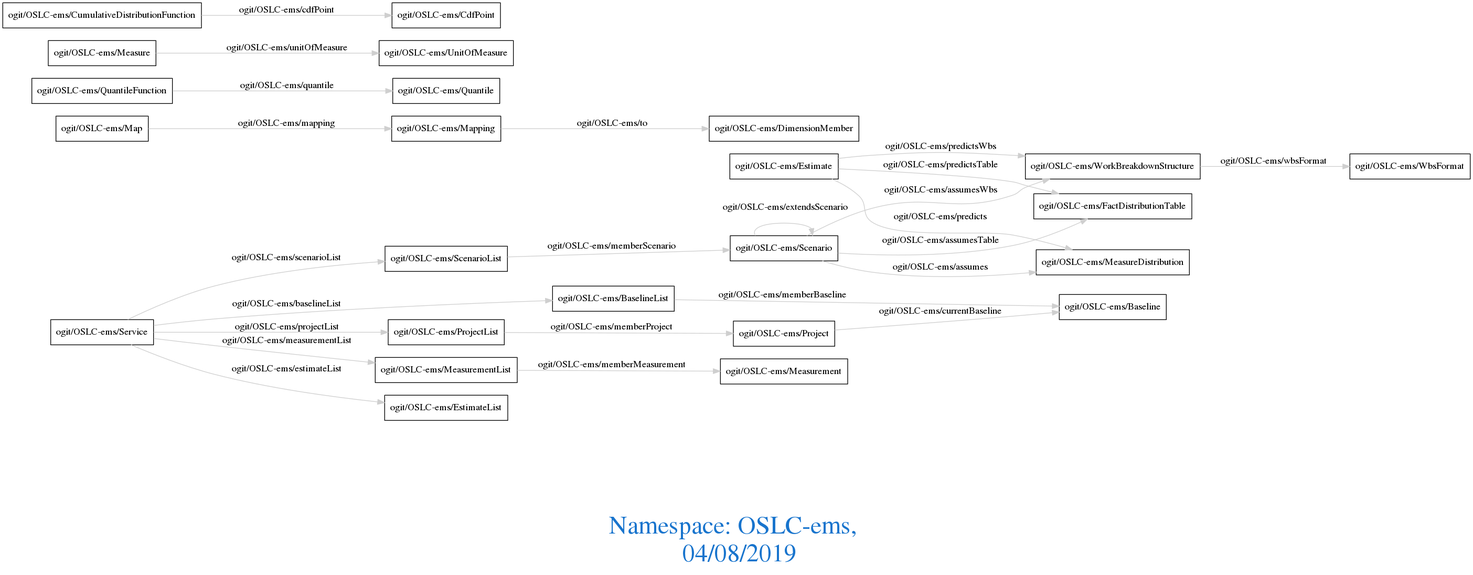
Above: downloads/OSLC-ems.png in arago/OGIT (Graphviz), before the change. Its source is kept beside it as downloads/OSLC-ems.dot. Source of this version:
```dot
digraph OGIT_ontology {
 graph [ rankdir= LR,compound=true
fontsize = 36,
fontcolor= dodgerblue3,label = "\n\n\nNamespace: OSLC-ems, \n 04/08/2019"];
node[shape=polygon];
edge [  color="gray81"];

   "ogit/OSLC-ems/Estimate" -> "ogit/OSLC-ems/MeasureDistribution" [label="   ogit/OSLC-ems/predicts    "];
   "ogit/OSLC-ems/Mapping" -> "ogit/OSLC-ems/DimensionMember" [label="   ogit/OSLC-ems/to    "];
   "ogit/OSLC-ems/Service" -> "ogit/OSLC-ems/ProjectList" [label="   ogit/OSLC-ems/projectList    "];
   "ogit/OSLC-ems/QuantileFunction" -> "ogit/OSLC-ems/Quantile" [label="   ogit/OSLC-ems/quantile    "];
   "ogit/OSLC-ems/Service" -> "ogit/OSLC-ems/ScenarioList" [label="   ogit/OSLC-ems/scenarioList    "];
   "ogit/OSLC-ems/Measure" -> "ogit/OSLC-ems/UnitOfMeasure" [label="   ogit/OSLC-ems/unitOfMeasure    "];
   "ogit/OSLC-ems/ScenarioList" -> "ogit/OSLC-ems/Scenario" [label="   ogit/OSLC-ems/memberScenario    "];
   "ogit/OSLC-ems/Estimate" -> "ogit/OSLC-ems/FactDistributionTable" [label="   ogit/OSLC-ems/predictsTable    "];
   "ogit/OSLC-ems/BaselineList" -> "ogit/OSLC-ems/Baseline" [label="   ogit/OSLC-ems/memberBaseline    "];
   "ogit/OSLC-ems/Scenario" -> "ogit/OSLC-ems/WorkBreakdownStructure" [label="   ogit/OSLC-ems/assumesWbs    "];
   "ogit/OSLC-ems/CumulativeDistributionFunction" -> "ogit/OSLC-ems/CdfPoint" [label="   ogit/OSLC-ems/cdfPoint    "];
   "ogit/OSLC-ems/Scenario" -> "ogit/OSLC-ems/Scenario" [label="   ogit/OSLC-ems/extendsScenario
  "];
   "ogit/OSLC-ems/Project" -> "ogit/OSLC-ems/Baseline" [label="   ogit/OSLC-ems/currentBaseline    "];
   "ogit/OSLC-ems/ProjectList" -> "ogit/OSLC-ems/Project" [label="   ogit/OSLC-ems/memberProject    "];
   "ogit/OSLC-ems/Service" -> "ogit/OSLC-ems/BaselineList" [label="   ogit/OSLC-ems/baselineList    "];
   "ogit/OSLC-ems/Estimate" -> "ogit/OSLC-ems/WorkBreakdownStructure" [label="   ogit/OSLC-ems/predictsWbs    "];
   "ogit/OSLC-ems/Map" -> "ogit/OSLC-ems/Mapping" [label="   ogit/OSLC-ems/mapping    "];
   "ogit/OSLC-ems/MeasurementList" -> "ogit/OSLC-ems/Measurement" [label="   ogit/OSLC-ems/memberMeasurement    "];
   "ogit/OSLC-ems/Service" -> "ogit/OSLC-ems/MeasurementList" [label="   ogit/OSLC-ems/measurementList    "];
   "ogit/OSLC-ems/WorkBreakdownStructure" -> "ogit/OSLC-ems/WbsFormat" [label="   ogit/OSLC-ems/wbsFormat    "];
   "ogit/OSLC-ems/Service" -> "ogit/OSLC-ems/EstimateList" [label="   ogit/OSLC-ems/estimateList    "];
   "ogit/OSLC-ems/Scenario" -> "ogit/OSLC-ems/MeasureDistribution" [label="   ogit/OSLC-ems/assumes    "];
   "ogit/OSLC-ems/Scenario" -> "ogit/OSLC-ems/FactDistributionTable" [label="   ogit/OSLC-ems/assumesTable    "];
}
```
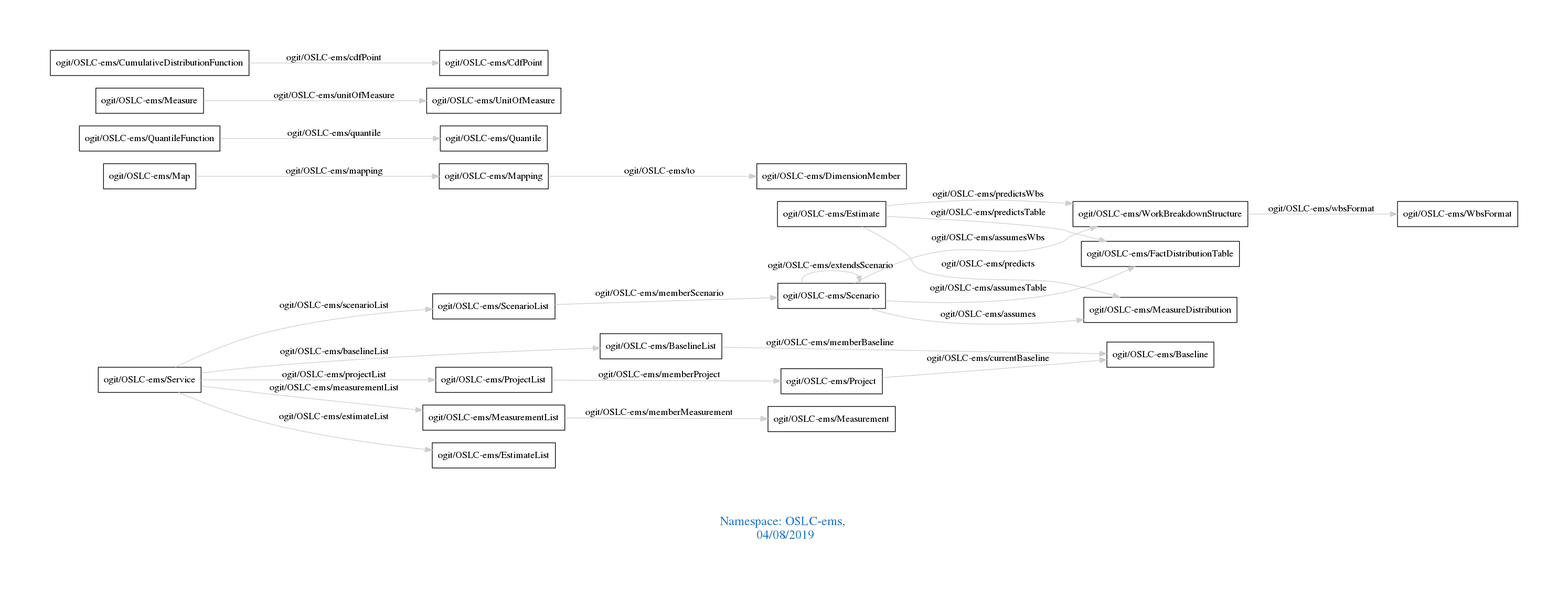
Above is the later version.

What changed in the source:
```diff
@@ -1,6 +1,6 @@
 digraph OGIT_ontology {
- graph [ rankdir= LR,compound=true
-fontsize = 36,
+ graph [ rankdir= LR,pad=1
+fontsize = 18,
 fontcolor= dodgerblue3,label = "\n\n\nNamespace: OSLC-ems, \n 04/08/2019"];
 node[shape=polygon];
 edge [  color="gray81"];
@@ -16,8 +16,6 @@
    "ogit/OSLC-ems/BaselineList" -> "ogit/OSLC-ems/Baseline" [label="   ogit/OSLC-ems/memberBaseline    "];
    "ogit/OSLC-ems/Scenario" -> "ogit/OSLC-ems/WorkBreakdownStructure" [label="   ogit/OSLC-ems/assumesWbs    "];
    "ogit/OSLC-ems/CumulativeDistributionFunction" -> "ogit/OSLC-ems/CdfPoint" [label="   ogit/OSLC-ems/cdfPoint    "];
-   "ogit/OSLC-ems/Scenario" -> "ogit/OSLC-ems/Scenario" [label="   ogit/OSLC-ems/extendsScenario
-  "];
    "ogit/OSLC-ems/Project" -> "ogit/OSLC-ems/Baseline" [label="   ogit/OSLC-ems/currentBaseline    "];
    "ogit/OSLC-ems/ProjectList" -> "ogit/OSLC-ems/Project" [label="   ogit/OSLC-ems/memberProject    "];
    "ogit/OSLC-ems/Service" -> "ogit/OSLC-ems/BaselineList" [label="   ogit/OSLC-ems/baselineList    "];
@@ -29,4 +27,5 @@
    "ogit/OSLC-ems/Service" -> "ogit/OSLC-ems/EstimateList" [label="   ogit/OSLC-ems/estimateList    "];
    "ogit/OSLC-ems/Scenario" -> "ogit/OSLC-ems/MeasureDistribution" [label="   ogit/OSLC-ems/assumes    "];
    "ogit/OSLC-ems/Scenario" -> "ogit/OSLC-ems/FactDistributionTable" [label="   ogit/OSLC-ems/assumesTable    "];
+   "ogit/OSLC-ems/Scenario" -> "ogit/OSLC-ems/Scenario" [label="   ogit/OSLC-ems/extendsScenario    "];
 }
```
